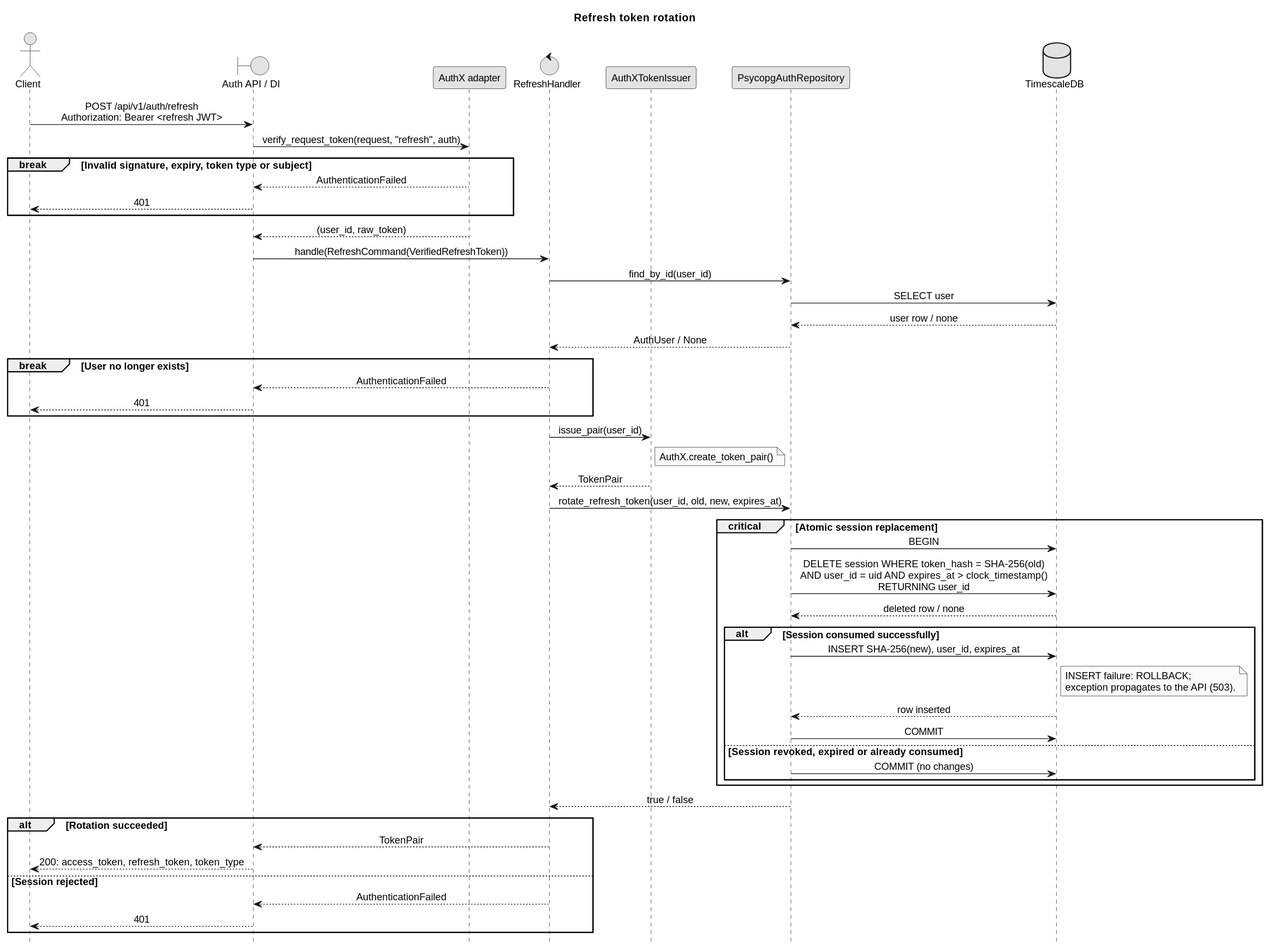
This is Docs/BackendAndDataStorage/auth/diagrams/refresh_sequence.svg from k1borg32/Netguard, a PlantUML export, as it was before one commit.
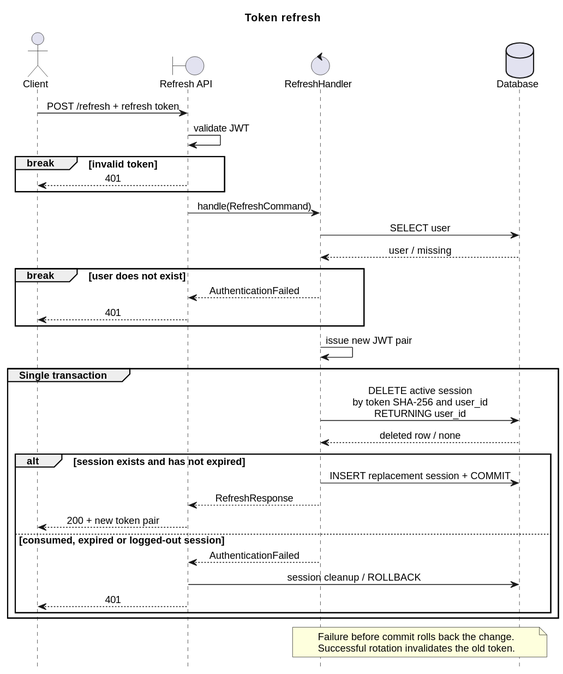
After the change.

Change to the diagram source:
```diff
@@ -1,63 +1,44 @@
 @startuml
-title Refresh token rotation
-skinparam monochrome true
+title Token refresh
+skinparam backgroundColor white
 skinparam shadowing false
-skinparam backgroundColor white
 skinparam defaultFontName Arial
 skinparam defaultFontSize 13
 skinparam sequenceMessageAlign center
 hide footbox
 
 actor Client
-boundary "Auth API / DI" as API
-participant "AuthX adapter" as Verify
+boundary "Refresh API" as API
 control RefreshHandler as Handler
-participant AuthXTokenIssuer as Issuer
-participant PsycopgAuthRepository as Repo
-database TimescaleDB as DB
-
-Client -> API : POST /api/v1/auth/refresh\nAuthorization: Bearer <refresh JWT>
-API -> Verify : verify_request_token(request, "refresh", auth)
-break Invalid signature, expiry, token type or subject
-    Verify --> API : AuthenticationFailed
+database Database as DB
+Client -> API : POST /refresh + refresh token
+API -> API : validate JWT
+break invalid token
+  API --> Client : 401
+end
+API -> Handler : handle(RefreshCommand)
+Handler -> DB : SELECT user
+DB --> Handler : user / missing
+break user does not exist
+  Handler --> API : AuthenticationFailed
+  API --> Client : 401
+end
+Handler -> Handler : issue new JWT pair
+group Single transaction
+  Handler -> DB : DELETE active session\nby token SHA-256 and user_id\nRETURNING user_id
+  DB --> Handler : deleted row / none
+  alt session exists and has not expired
+    Handler -> DB : INSERT replacement session + COMMIT
+    Handler --> API : RefreshResponse
+    API --> Client : 200 + new token pair
+  else consumed, expired or logged-out session
+    Handler --> API : AuthenticationFailed
+    API -> DB : session cleanup / ROLLBACK
     API --> Client : 401
+  end
 end
-Verify --> API : (user_id, raw_token)
-API -> Handler : handle(RefreshCommand(VerifiedRefreshToken))
-Handler -> Repo : find_by_id(user_id)
-Repo -> DB : SELECT user
-DB --> Repo : user row / none
-Repo --> Handler : AuthUser / None
-break User no longer exists
-    Handler --> API : AuthenticationFailed
-    API --> Client : 401
-end
-Handler -> Issuer : issue_pair(user_id)
-note right of Issuer : AuthX.create_token_pair()
-Issuer --> Handler : TokenPair
-Handler -> Repo : rotate_refresh_token(user_id, old, new, expires_at)
-critical Atomic session replacement
-    Repo -> DB : BEGIN
-    Repo -> DB : DELETE session WHERE token_hash = SHA-256(old)\nAND user_id = uid AND expires_at > clock_timestamp()\nRETURNING user_id
-    DB --> Repo : deleted row / none
-    alt Session consumed successfully
-        Repo -> DB : INSERT SHA-256(new), user_id, expires_at
-        note right of DB
-            INSERT failure: ROLLBACK;
-            exception propagates to the API (503).
-        end note
-        DB --> Repo : row inserted
-        Repo -> DB : COMMIT
-    else Session revoked, expired or already consumed
-        Repo -> DB : COMMIT (no changes)
-    end
-end
-Repo --> Handler : true / false
-alt Rotation succeeded
-    Handler --> API : TokenPair
-    API --> Client : 200: access_token, refresh_token, token_type
-else Session rejected
-    Handler --> API : AuthenticationFailed
-    API --> Client : 401
-end
+note over Handler,DB
+  Failure before commit rolls back the change.
+  Successful rotation invalidates the old token.
+end note
 @enduml
```
